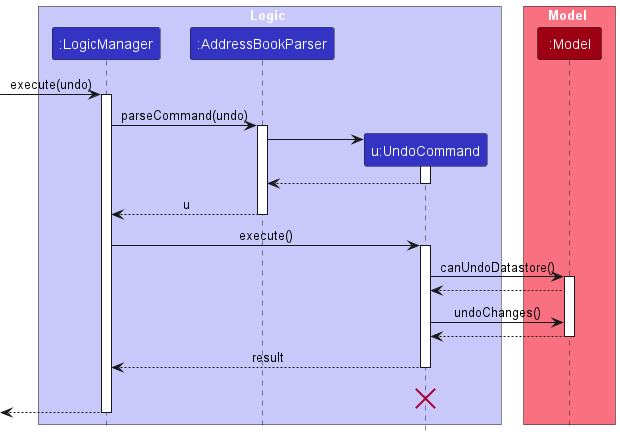
soons1/tp keeps this PlantUML diagram as docs/images/UndoSequenceDiagram-Logic.png. Above is the earlier version. Its diagram source:
```plantuml
@startuml
!include style.puml
skinparam ArrowFontStyle plain

box Logic LOGIC_COLOR_T1
participant ":LogicManager" as LogicManager LOGIC_COLOR
participant ":AddressBookParser" as AddressBookParser LOGIC_COLOR
participant "u:UndoCommand" as UndoCommand LOGIC_COLOR
end box

box Model MODEL_COLOR_T1
participant ":Model" as Model MODEL_COLOR
end box
[-> LogicManager : execute(undo)
activate LogicManager

LogicManager -> AddressBookParser : parseCommand(undo)
activate AddressBookParser

create UndoCommand
AddressBookParser -> UndoCommand
activate UndoCommand

UndoCommand --> AddressBookParser
deactivate UndoCommand

AddressBookParser --> LogicManager : u
deactivate AddressBookParser

LogicManager -> UndoCommand : execute()
activate UndoCommand

UndoCommand -> Model : canUndoDatastore()
activate Model

Model --> UndoCommand
UndoCommand -> Model : undoChanges()
Model --> UndoCommand
deactivate Model

UndoCommand --> LogicManager : result
deactivate UndoCommand
UndoCommand -[hidden]-> LogicManager : result
destroy UndoCommand

[<--LogicManager
deactivate LogicManager
@enduml
```
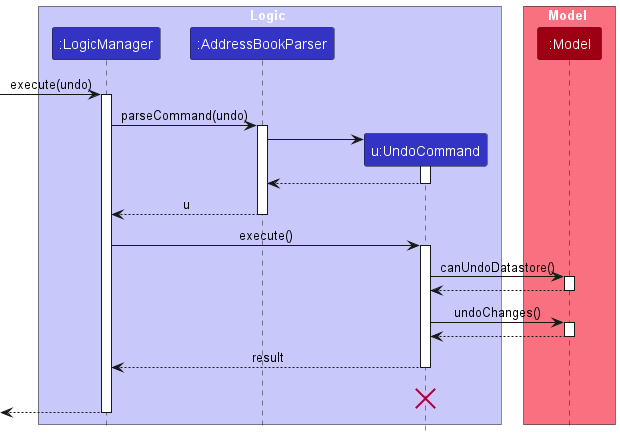
The same file after the commit.

Commit message:
Update undo sequence diagrams

Diff of the diagram source:
```diff
@@ -34,7 +34,10 @@
 activate Model
 
 Model --> UndoCommand
+deactivate Model
+
 UndoCommand -> Model : undoChanges()
+activate Model
 Model --> UndoCommand
 deactivate Model
 
```
